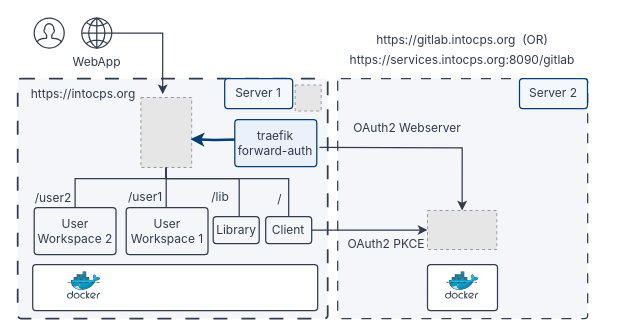
The draw.io diagram page "admin/gitlab/gitlab-independent-install.png" (3 of 14) of docs/assets/diagrams/dtaas-diagrams.drawio in INTO-CPS-Association/DTaaS, before the edit. Source tidied: cells renumbered, new cells numbered last; positions are measured from the earlier drawing's top-left corner, leaving out a move shared by most shapes. Both pictures are drawn from the tidied source at 100%, with x=0, y=0 at pixel (17, 18). Pictures stored in the file or linked from it are replaced by grey dashed boxes.
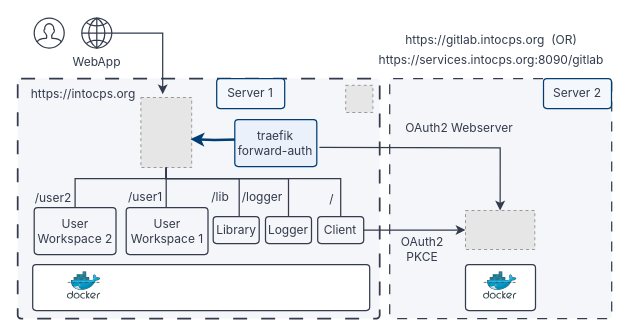
Above is the later version.

Commit message (it also covers changes not shown here):
docs(diagrams): add the logger to the independent gitlab diagram and space labels

Unchanged cells that the change refers to:
```xml
<mxCell id="6" style="fillColor=#E6E6E6;strokeColor=#999999;dashed=1;" parent="1" vertex="1">
  <mxGeometry x="123.4" y="79" width="50.8" height="70" as="geometry" />
</mxCell>
```

Change to the diagram source:
```diff
@@
-    <mxCell id="2" style="rounded=1;whiteSpace=wrap;html=1;rotation=0;fillColor=#f5f6fa;dashed=1;dashPattern=8 8;fontColor=#333b4c;strokeColor=#333b4c;strokeWidth=1.25;absoluteArcSize=1;arcSize=6.5;" parent="1" vertex="1">
-      <mxGeometry x="320.2" y="60" width="250" height="240" as="geometry" />
+    <mxCell id="2" style="rounded=1;whiteSpace=wrap;html=1;rotation=0;fillColor=#f5f6fa;dashed=1;dashPattern=8 8;fontColor=#333b4c;strokeColor=#333b4c;strokeWidth=1.25;absoluteArcSize=1;arcSize=6.75;" parent="1" vertex="1">
+      <mxGeometry x="372.2" y="60" width="222" height="240" as="geometry" />
     </mxCell>
-    <mxCell id="3" style="rounded=1;whiteSpace=wrap;html=1;rotation=0;fillColor=#f5f6fa;dashed=1;dashPattern=8 8;fontColor=#333b4c;strokeColor=#333b4c;strokeWidth=1.75;absoluteArcSize=1;arcSize=6.5;" parent="1" vertex="1">
-      <mxGeometry x="0.2" y="60" width="310" height="240" as="geometry" />
+    <mxCell id="3" style="rounded=1;whiteSpace=wrap;html=1;rotation=0;fillColor=#f5f6fa;dashed=1;dashPattern=8 8;fontColor=#333b4c;strokeColor=#333b4c;strokeWidth=1.75;absoluteArcSize=1;arcSize=6.75;" parent="1" vertex="1">
+      <mxGeometry x="0.2" y="60" width="362" height="240" as="geometry" />
     </mxCell>
-    <mxCell id="4" style="rounded=1;whiteSpace=wrap;html=1;rotation=0;strokeColor=#333b4c;strokeWidth=1.25;absoluteArcSize=1;arcSize=6.5;" parent="1" vertex="1">
-      <mxGeometry x="15.2" y="246" width="285" height="46" as="geometry" />
+    <mxCell id="4" style="rounded=1;whiteSpace=wrap;html=1;rotation=0;strokeColor=#333b4c;strokeWidth=1.25;absoluteArcSize=1;arcSize=6.75;" parent="1" vertex="1">
+      <mxGeometry x="15.2" y="246" width="337" height="46" as="geometry" />
     </mxCell>
@@
     <mxCell id="10" style="fillColor=#E6E6E6;strokeColor=#999999;dashed=1;" parent="1" vertex="1">
-      <mxGeometry x="410" y="192" width="69.3" height="39" as="geometry" />
+      <mxGeometry x="448" y="192" width="69.3" height="39" as="geometry" />
     </mxCell>
@@
     <mxCell id="12" value="&lt;font style=&quot;font-size: 12px;&quot;&gt;OAuth2 PKCE&lt;/font&gt;" style="text;html=1;strokeColor=none;fillColor=none;align=center;verticalAlign=middle;whiteSpace=wrap;rounded=0;fontColor=#333b4c;fontFamily=Inter;fontSize=12;" parent="1" vertex="1">
-      <mxGeometry x="324" y="216" width="90" height="20" as="geometry" />
+      <mxGeometry x="370" y="216" width="70" height="30" as="geometry" />
     </mxCell>
     <mxCell id="13" style="edgeStyle=orthogonalEdgeStyle;rounded=0;jettySize=auto;html=1;exitX=0.5;exitY=0;exitDx=0;exitDy=0;endArrow=none;endFill=0;entryX=0.5;entryY=1;entryDx=0;entryDy=0;strokeColor=#333b4c;strokeWidth=1.25;" parent="1" edge="1" source="14" target="6">
       <mxGeometry relative="1" as="geometry">
         <Array as="points">
-          <mxPoint x="271.4" y="160" />
+          <mxPoint x="323.4" y="160" />
           <mxPoint x="148.4" y="160" />
         </Array>
       </mxGeometry>
     </mxCell>
-    <mxCell id="14" value="Client" style="rounded=1;whiteSpace=wrap;html=1;rotation=0;fillColor=none;strokeColor=#333b4c;strokeWidth=1.25;absoluteArcSize=1;arcSize=6.5;fontColor=#333b4c;fontFamily=Inter;fontSize=12;" parent="1" vertex="1">
-      <mxGeometry x="248.2" y="198" width="46" height="27" as="geometry" />
+    <mxCell id="14" value="Client" style="rounded=1;whiteSpace=wrap;html=1;rotation=0;fillColor=none;strokeColor=#333b4c;strokeWidth=1.25;absoluteArcSize=1;arcSize=6.75;fontColor=#333b4c;fontFamily=Inter;fontSize=12;" parent="1" vertex="1">
+      <mxGeometry x="300.2" y="198" width="46" height="27" as="geometry" />
     </mxCell>
@@
-    <mxCell id="16" value="User&lt;br&gt;Workspace 1" style="rounded=1;whiteSpace=wrap;html=1;fillColor=none;strokeColor=#333b4c;strokeWidth=1.25;absoluteArcSize=1;arcSize=6.5;fontColor=#333b4c;fontFamily=Inter;fontSize=12;" parent="1" vertex="1">
+    <mxCell id="16" value="User&lt;br&gt;Workspace 1" style="rounded=1;whiteSpace=wrap;html=1;fillColor=none;strokeColor=#333b4c;strokeWidth=1.25;absoluteArcSize=1;arcSize=6.75;fontColor=#333b4c;fontFamily=Inter;fontSize=12;" parent="1" vertex="1">
       <mxGeometry x="108.7" y="189" width="81.8" height="47" as="geometry" />
     </mxCell>
@@
-    <mxCell id="18" value="User&lt;br&gt;Workspace 2" style="rounded=1;whiteSpace=wrap;html=1;fillColor=none;strokeColor=#333b4c;strokeWidth=1.25;absoluteArcSize=1;arcSize=6.5;fontColor=#333b4c;fontFamily=Inter;fontSize=12;" parent="1" vertex="1">
+    <mxCell id="18" value="User&lt;br&gt;Workspace 2" style="rounded=1;whiteSpace=wrap;html=1;fillColor=none;strokeColor=#333b4c;strokeWidth=1.25;absoluteArcSize=1;arcSize=6.75;fontColor=#333b4c;fontFamily=Inter;fontSize=12;" parent="1" vertex="1">
       <mxGeometry x="16.7" y="189" width="81.8" height="47" as="geometry" />
     </mxCell>
@@
     <mxCell id="20" value="&lt;font style=&quot;font-size: 12px;&quot;&gt;OAuth2 Webserver&lt;/font&gt;" style="text;html=1;strokeColor=none;fillColor=none;align=center;verticalAlign=middle;whiteSpace=wrap;rounded=0;fontColor=#333b4c;fontFamily=Inter;fontSize=12;" parent="1" vertex="1">
-      <mxGeometry x="328" y="100" width="124" height="20" as="geometry" />
+      <mxGeometry x="380" y="100" width="124" height="20" as="geometry" />
     </mxCell>
@@
-    <mxCell id="22" value="Library" style="rounded=1;whiteSpace=wrap;html=1;rotation=0;fillColor=none;strokeColor=#333b4c;strokeWidth=1.25;absoluteArcSize=1;arcSize=6.5;fontColor=#333b4c;fontFamily=Inter;fontSize=12;" parent="1" vertex="1">
+    <mxCell id="22" value="Library" style="rounded=1;whiteSpace=wrap;html=1;rotation=0;fillColor=none;strokeColor=#333b4c;strokeWidth=1.25;absoluteArcSize=1;arcSize=6.75;fontColor=#333b4c;fontFamily=Inter;fontSize=12;" parent="1" vertex="1">
       <mxGeometry x="195.7" y="198" width="46" height="27" as="geometry" />
     </mxCell>
@@
-    <mxCell id="24" value="&lt;span&gt;traefik forward-auth&lt;/span&gt;" style="rounded=1;whiteSpace=wrap;html=1;fillColor=#eaf1fb;strokeColor=#003d73;strokeWidth=1.25;absoluteArcSize=1;arcSize=6.5;fontColor=#333b4c;fontFamily=Inter;fontSize=12;" parent="1" vertex="1">
+    <mxCell id="24" value="&lt;span&gt;traefik forward-auth&lt;/span&gt;" style="rounded=1;whiteSpace=wrap;html=1;fillColor=#eaf1fb;strokeColor=#003d73;strokeWidth=1.25;absoluteArcSize=1;arcSize=6.75;fontColor=#333b4c;fontFamily=Inter;fontSize=12;" parent="1" vertex="1">
       <mxGeometry x="217.3" y="101" width="82" height="47" as="geometry" />
     </mxCell>
@@
     <mxCell id="28" value="/" style="text;html=1;strokeColor=none;fillColor=none;align=center;verticalAlign=middle;whiteSpace=wrap;rounded=0;fontColor=#333b4c;fontFamily=Inter;fontSize=12;" parent="1" vertex="1">
-      <mxGeometry x="256.4" y="166" width="13" height="30" as="geometry" />
+      <mxGeometry x="308.4" y="166" width="13" height="30" as="geometry" />
     </mxCell>
-    <mxCell id="29" value="&lt;font&gt;Server 1&lt;/font&gt;" style="text;html=1;strokeColor=#003d73;fillColor=#f4f8fd;align=center;verticalAlign=middle;whiteSpace=wrap;rounded=1;strokeWidth=1.25;absoluteArcSize=1;arcSize=6.5;fontColor=#333b4c;fontFamily=Inter;fontSize=12;" parent="1" vertex="1">
-      <mxGeometry x="207.2" y="60" width="68" height="30" as="geometry" />
+    <mxCell id="29" value="&lt;font&gt;Server 1&lt;/font&gt;" style="text;html=1;strokeColor=#003d73;fillColor=#f4f8fd;align=center;verticalAlign=middle;whiteSpace=wrap;rounded=1;strokeWidth=1.25;absoluteArcSize=1;arcSize=6.75;fontColor=#333b4c;fontFamily=Inter;fontSize=12;" parent="1" vertex="1">
+      <mxGeometry x="199.2" y="60" width="68" height="30" as="geometry" />
     </mxCell>
-    <mxCell id="30" style="rounded=1;whiteSpace=wrap;html=1;rotation=0;strokeColor=#333b4c;strokeWidth=1.25;absoluteArcSize=1;arcSize=6.5;" parent="1" vertex="1">
-      <mxGeometry x="410" y="246" width="70" height="46" as="geometry" />
+    <mxCell id="30" style="rounded=1;whiteSpace=wrap;html=1;rotation=0;strokeColor=#333b4c;strokeWidth=1.25;absoluteArcSize=1;arcSize=6.75;" parent="1" vertex="1">
+      <mxGeometry x="448" y="246" width="70" height="46" as="geometry" />
     </mxCell>
     <mxCell id="31" style="image;sketch=0;html=1;align=center;fontSize=12;image=img/lib/mscae/Docker.svg;" parent="1" vertex="1">
-      <mxGeometry x="428" y="253.2" width="33.5" height="27.5" as="geometry" />
+      <mxGeometry x="466" y="253.2" width="33.5" height="27.5" as="geometry" />
     </mxCell>
-    <mxCell id="32" value="&lt;font&gt;Server 2&lt;/font&gt;" style="text;html=1;strokeColor=#003d73;fillColor=#f4f8fd;align=center;verticalAlign=middle;whiteSpace=wrap;rounded=1;strokeWidth=1.25;absoluteArcSize=1;arcSize=6.5;fontColor=#333b4c;fontFamily=Inter;fontSize=12;" parent="1" vertex="1">
-      <mxGeometry x="502" y="60" width="68" height="30" as="geometry" />
+    <mxCell id="32" value="&lt;font&gt;Server 2&lt;/font&gt;" style="text;html=1;strokeColor=#003d73;fillColor=#f4f8fd;align=center;verticalAlign=middle;whiteSpace=wrap;rounded=1;strokeWidth=1.25;absoluteArcSize=1;arcSize=6.75;fontColor=#333b4c;fontFamily=Inter;fontSize=12;" parent="1" vertex="1">
+      <mxGeometry x="526" y="60" width="68" height="30" as="geometry" />
     </mxCell>
     <mxCell id="33" value="https://gitlab.intocps.org&amp;nbsp; (OR)" style="text;html=1;strokeColor=none;fillColor=none;align=center;verticalAlign=middle;whiteSpace=wrap;rounded=0;fontColor=#333b4c;fontFamily=Inter;fontSize=12;" parent="1" vertex="1">
-      <mxGeometry x="330" y="12" width="230" height="20" as="geometry" />
+      <mxGeometry x="354" y="12" width="240" height="20" as="geometry" />
     </mxCell>
@@
     <mxCell id="35" value="https://services.intocps.org:8090/gitlab" style="text;html=1;strokeColor=none;fillColor=none;align=center;verticalAlign=middle;whiteSpace=wrap;rounded=0;fontColor=#333b4c;fontFamily=Inter;fontSize=12;" parent="1" vertex="1">
-      <mxGeometry x="330" y="32" width="230" height="20" as="geometry" />
+      <mxGeometry x="354" y="32" width="240" height="20" as="geometry" />
     </mxCell>
     <mxCell id="36" style="fillColor=#E6E6E6;strokeColor=#999999;dashed=1;" parent="1" vertex="1">
-      <mxGeometry x="277.7" y="66.5" width="26" height="26" as="geometry" />
+      <mxGeometry x="328.2" y="66.8" width="27.2" height="27.2" as="geometry" />
     </mxCell>
+    <mxCell id="37" value="Logger" style="rounded=1;whiteSpace=wrap;html=1;rotation=0;fillColor=none;strokeColor=#333b4c;strokeWidth=1.25;absoluteArcSize=1;arcSize=6.75;fontColor=#333b4c;fontFamily=Inter;fontSize=12;" parent="1" vertex="1">
+      <mxGeometry x="248" y="198" width="46" height="27" as="geometry" />
+    </mxCell>
+    <mxCell id="38" value="/logger" style="text;html=1;strokeColor=none;fillColor=none;align=center;verticalAlign=middle;whiteSpace=wrap;rounded=0;fontColor=#333b4c;fontFamily=Inter;fontSize=12;" parent="1" vertex="1">
+      <mxGeometry x="220" y="164" width="50" height="30" as="geometry" />
+    </mxCell>
+    <mxCell id="39" style="edgeStyle=orthogonalEdgeStyle;rounded=0;jettySize=auto;html=1;exitX=0.5;exitY=0;exitDx=0;exitDy=0;endArrow=none;endFill=0;entryX=0.5;entryY=1;entryDx=0;entryDy=0;strokeColor=#333b4c;strokeWidth=1.25;" parent="1" edge="1" source="37" target="6">
+      <mxGeometry relative="1" as="geometry">
+        <Array as="points">
+          <mxPoint x="271" y="160" />
+          <mxPoint x="148.8" y="160" />
+        </Array>
+      </mxGeometry>
+    </mxCell>
```
